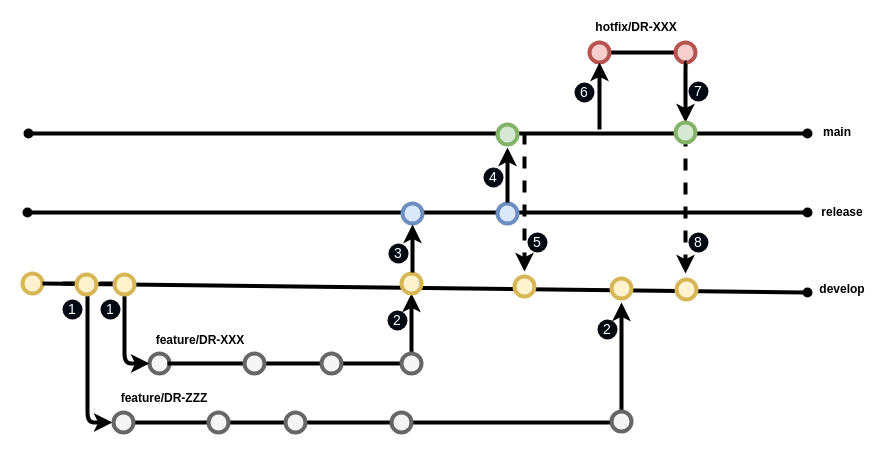
Earlier version of the draw.io diagram GitFlow.drawio (anil-gudipati/drawio). Source tidied: cells renumbered, new cells numbered last; positions are measured from the earlier drawing's top-left corner, leaving out a move shared by most shapes. Both pictures are drawn from the tidied source at 100%, with x=0, y=0 at pixel (22, 17).
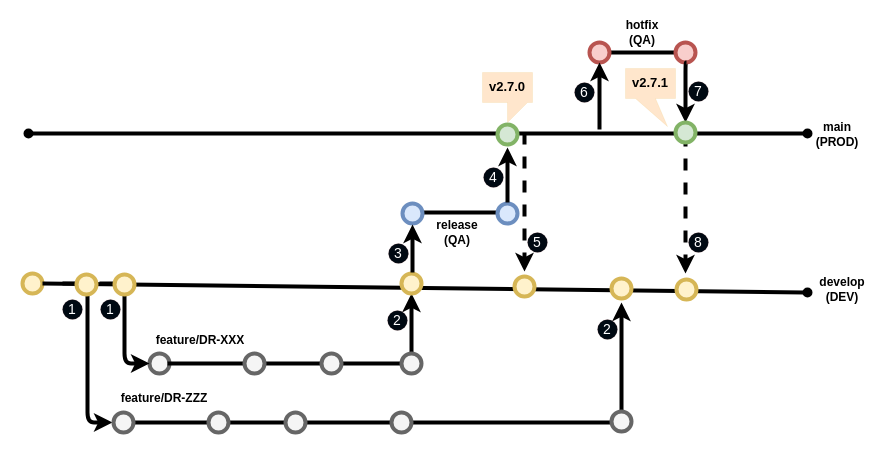
After the change.

Change to the diagram source:
```diff
@@
     <mxCell id="22" style="endArrow=oval;html=1;strokeWidth=4;endFill=1;startArrow=oval;startFill=1;" parent="1" edge="1">
       <mxGeometry relative="1" as="geometry">
-        <mxPoint x="5" y="195" as="sourcePoint" />
-        <mxPoint x="785" y="195" as="targetPoint" />
+        <mxPoint x="385" y="195" as="sourcePoint" />
+        <mxPoint x="485" y="195" as="targetPoint" />
       </mxGeometry>
     </mxCell>
@@
-    <mxCell id="41" value="develop" style="text;html=1;strokeColor=none;fillColor=none;align=center;verticalAlign=middle;whiteSpace=wrap;rounded=0;shadow=0;labelBackgroundColor=none;fontStyle=1;" parent="1" vertex="1">
+    <mxCell id="41" value="develop (DEV)" style="text;html=1;strokeColor=none;fillColor=none;align=center;verticalAlign=middle;whiteSpace=wrap;rounded=0;shadow=0;labelBackgroundColor=none;fontStyle=1;" parent="1" vertex="1">
       <mxGeometry x="785" y="262" width="70" height="20" as="geometry" />
     </mxCell>
-    <mxCell id="42" value="release" style="text;html=1;strokeColor=none;fillColor=none;align=center;verticalAlign=middle;whiteSpace=wrap;rounded=0;shadow=0;labelBackgroundColor=none;fontStyle=1;" parent="1" vertex="1">
-      <mxGeometry x="785" y="185" width="70" height="20" as="geometry" />
+    <mxCell id="42" value="release (QA)" style="text;html=1;strokeColor=none;fillColor=none;align=center;verticalAlign=middle;whiteSpace=wrap;rounded=0;shadow=0;labelBackgroundColor=none;fontStyle=1;" parent="1" vertex="1">
+      <mxGeometry x="400" y="205" width="70" height="20" as="geometry" />
     </mxCell>
-    <mxCell id="43" value="main" style="text;html=1;strokeColor=none;fillColor=none;align=center;verticalAlign=middle;whiteSpace=wrap;rounded=0;shadow=0;labelBackgroundColor=none;fontStyle=1;" parent="1" vertex="1">
-      <mxGeometry x="785" y="105" width="60" height="20" as="geometry" />
+    <mxCell id="43" value="main (PROD)" style="text;html=1;strokeColor=none;fillColor=none;align=center;verticalAlign=middle;whiteSpace=wrap;rounded=0;shadow=0;labelBackgroundColor=none;fontStyle=1;" parent="1" vertex="1">
+      <mxGeometry x="785" y="107" width="60" height="20" as="geometry" />
     </mxCell>
-    <mxCell id="44" value="hotfix/DR-XXX" style="text;html=1;strokeColor=none;fillColor=none;align=center;verticalAlign=middle;whiteSpace=wrap;rounded=0;shadow=0;labelBackgroundColor=none;fontStyle=1;" parent="1" vertex="1">
-      <mxGeometry x="554" width="120" height="20" as="geometry" />
+    <mxCell id="44" value="hotfix (QA)" style="text;html=1;strokeColor=none;fillColor=none;align=center;verticalAlign=middle;whiteSpace=wrap;rounded=0;shadow=0;labelBackgroundColor=none;fontStyle=1;" parent="1" vertex="1">
+      <mxGeometry x="595" y="5" width="50" height="20" as="geometry" />
     </mxCell>
@@
+    <mxCell id="56" value="&lt;font style=&quot;font-size: 13px&quot;&gt;&lt;b&gt;v2.7.0&lt;/b&gt;&lt;/font&gt;" style="shape=callout;whiteSpace=wrap;html=1;perimeter=calloutPerimeter;shadow=0;labelBackgroundColor=none;strokeColor=#d79b00;strokeWidth=0;fillColor=#ffe6cc;size=20;position=0.5;fontSize=5;verticalAlign=top;" parent="1" vertex="1">
+      <mxGeometry x="460" y="55" width="50" height="50" as="geometry" />
+    </mxCell>
+    <mxCell id="57" value="&lt;font style=&quot;font-size: 13px&quot;&gt;&lt;b&gt;v2.7.1&lt;/b&gt;&lt;/font&gt;" style="shape=callout;whiteSpace=wrap;html=1;perimeter=calloutPerimeter;shadow=0;labelBackgroundColor=none;strokeColor=#d79b00;strokeWidth=0;fillColor=#ffe6cc;size=28;position=0.2;fontSize=5;verticalAlign=top;base=20;position2=0.84;" parent="1" vertex="1">
+      <mxGeometry x="603" y="51" width="50" height="58" as="geometry" />
+    </mxCell>
```
